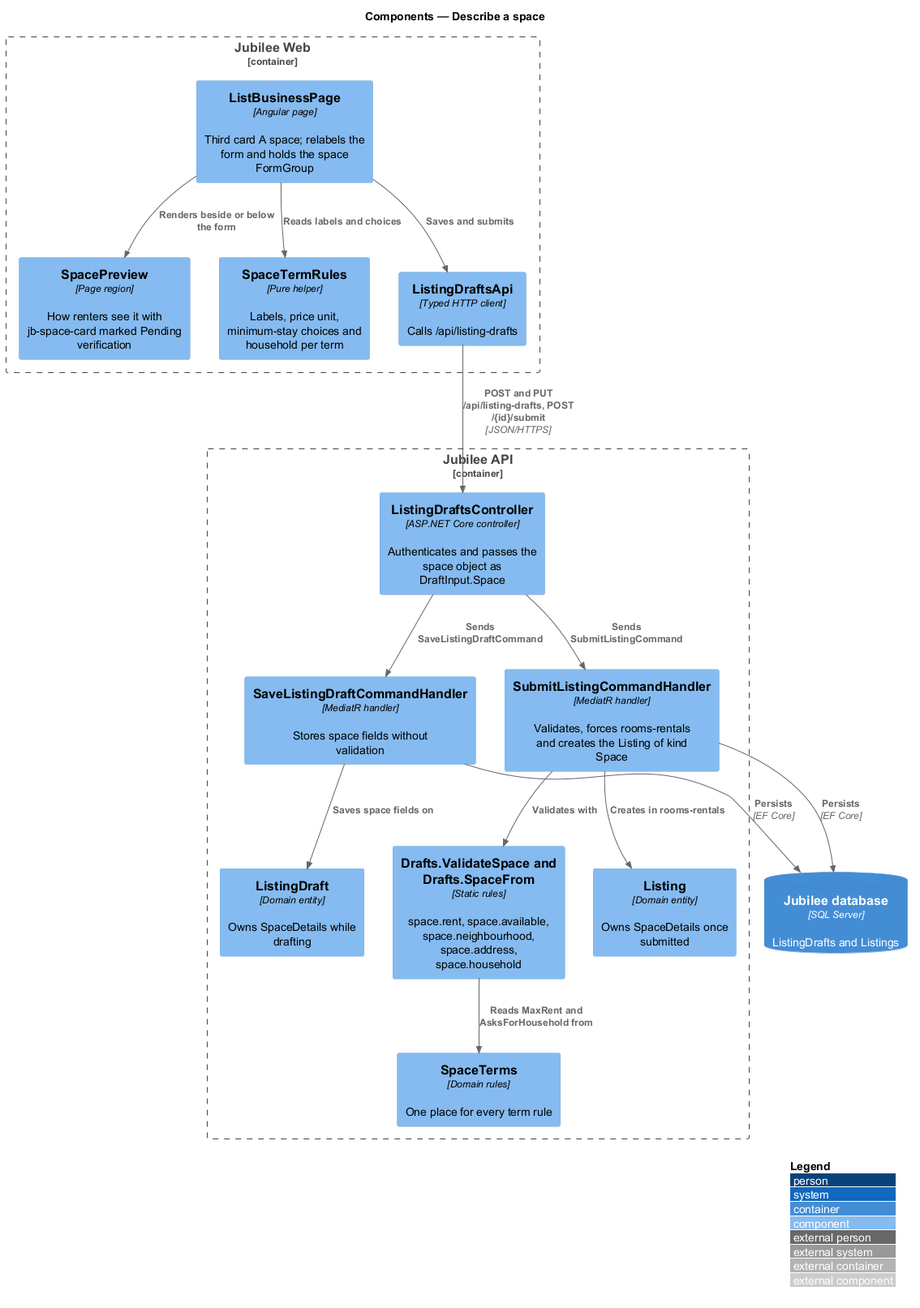
Earlier version of the PlantUML export docs/detailed-designs/onboarding/describe-space/diagrams/c4-component.png (QuinntyneBrown/jubilee).
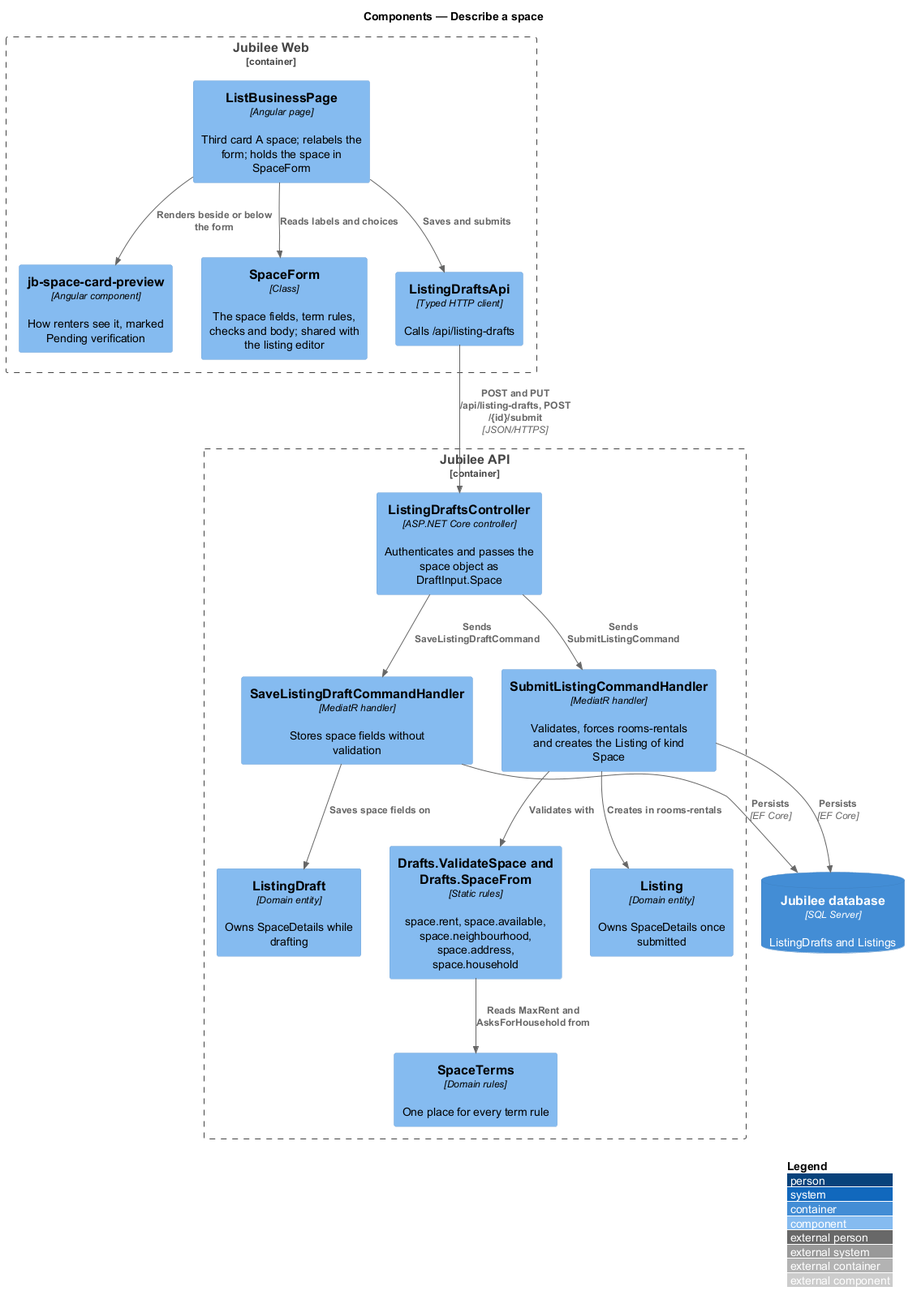
After the change.

Change to the diagram source:
```diff
@@ -4,9 +4,9 @@
 title Components — Describe a space
 
 Container_Boundary(web, "Jubilee Web") {
-  Component(page, "ListBusinessPage", "Angular page", "Third card A space; relabels the form and holds the space FormGroup")
-  Component(preview, "SpacePreview", "Page region", "How renters see it with jb-space-card marked Pending verification")
-  Component(rules, "SpaceTermRules", "Pure helper", "Labels, price unit, minimum-stay choices and household per term")
+  Component(page, "ListBusinessPage", "Angular page", "Third card A space; relabels the form; holds the space in SpaceForm")
+  Component(preview, "jb-space-card-preview", "Angular component", "How renters see it, marked Pending verification")
+  Component(rules, "SpaceForm", "Class", "The space fields, term rules, checks and body; shared with the listing editor")
   Component(client, "ListingDraftsApi", "Typed HTTP client", "Calls /api/listing-drafts")
 }
 Container_Boundary(api, "Jubilee API") {
```
